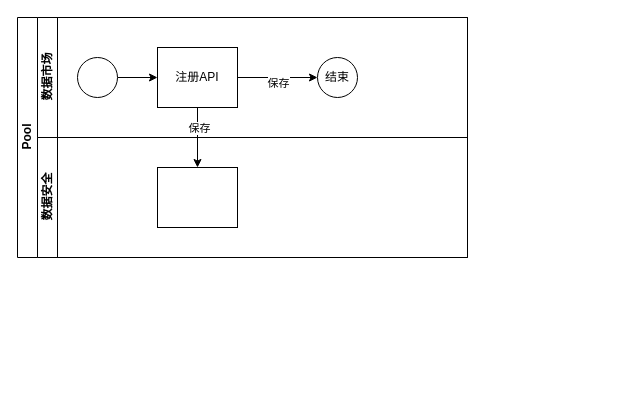
This is 数据安全.drawio from shuairongzeng/360ConsoleApp, a draw.io file, before an edit. Source tidied: cells renumbered, new cells numbered last; positions are measured from the earlier drawing's top-left corner, leaving out a move shared by most shapes. Both pictures are drawn from the tidied source at 100%, with x=0, y=0 at pixel (17, 17).
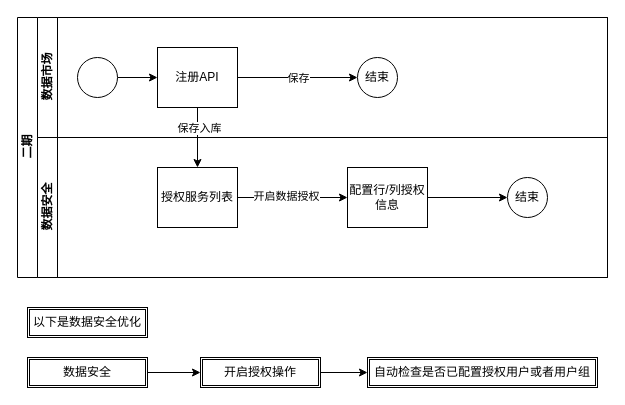
Above is the later version.

Commit message:
更新数据安全.drawio

Unchanged cells that the change refers to:
```xml
<mxCell id="6" style="edgeStyle=orthogonalEdgeStyle;rounded=0;jettySize=auto;html=1;" parent="3" edge="1" source="8" target="9">
  <mxGeometry relative="1" as="geometry" />
</mxCell>
<mxCell id="12" style="edgeStyle=orthogonalEdgeStyle;rounded=0;jettySize=auto;html=1;entryX=0.5;entryY=0;entryDx=0;entryDy=0;" parent="2" edge="1" source="8" target="11">
  <mxGeometry relative="1" as="geometry" />
</mxCell>
```

Diff of the diagram source:
```diff
@@
-    <mxCell id="2" value="Pool" style="swimlane;html=1;horizontal=0;startSize=20;" parent="1" vertex="1">
-      <mxGeometry width="450" height="240" as="geometry" />
+    <mxCell id="2" value="二期" style="swimlane;html=1;horizontal=0;startSize=20;" parent="1" vertex="1">
+      <mxGeometry width="590" height="260" as="geometry" />
     </mxCell>
     <mxCell id="3" value="数据市场" style="swimlane;html=1;startSize=20;horizontal=0;" parent="2" vertex="1">
-      <mxGeometry x="20" width="430" height="120" as="geometry" />
+      <mxGeometry x="20" width="570" height="120" as="geometry" />
     </mxCell>
@@
     <mxCell id="7" value="保存" style="edgeLabel;html=1;align=center;verticalAlign=middle;" parent="6" vertex="1">
-      <mxGeometry y="-5" relative="1" as="geometry" />
+      <mxGeometry relative="1" as="geometry" />
     </mxCell>
@@
     <mxCell id="9" value="结束" style="ellipse;whiteSpace=wrap;html=1;" parent="3" vertex="1">
-      <mxGeometry x="280" y="40" width="40" height="40" as="geometry" />
+      <mxGeometry x="320" y="40" width="40" height="40" as="geometry" />
     </mxCell>
     <mxCell id="10" value="数据安全" style="swimlane;html=1;startSize=20;horizontal=0;" parent="2" vertex="1">
-      <mxGeometry x="20" y="120" width="430" height="120" as="geometry" />
+      <mxGeometry x="20" y="120" width="570" height="140" as="geometry" />
     </mxCell>
+    <mxCell id="14" style="edgeStyle=orthogonalEdgeStyle;rounded=0;jettySize=auto;html=1;entryX=0;entryY=0.5;entryDx=0;entryDy=0;" parent="10" edge="1" source="11" target="17">
+      <mxGeometry relative="1" as="geometry" />
+    </mxCell>
+    <mxCell id="15" value="开启数据授权" style="edgeLabel;html=1;align=center;verticalAlign=middle;" parent="14" vertex="1">
+      <mxGeometry x="-0.12" y="2" relative="1" as="geometry" />
+    </mxCell>
-    <mxCell id="11" style="rounded=0;whiteSpace=wrap;html=1;fontFamily=Helvetica;fontSize=12;fontColor=#000000;align=center;" parent="10" vertex="1">
+    <mxCell id="11" value="授权服务列表" style="rounded=0;whiteSpace=wrap;html=1;fontFamily=Helvetica;fontSize=12;fontColor=#000000;align=center;" parent="10" vertex="1">
       <mxGeometry x="120" y="30" width="80" height="60" as="geometry" />
     </mxCell>
+    <mxCell id="16" style="edgeStyle=orthogonalEdgeStyle;rounded=0;jettySize=auto;html=1;" parent="10" edge="1" source="17" target="18">
+      <mxGeometry relative="1" as="geometry" />
+    </mxCell>
+    <mxCell id="17" value="配置行/列授权信息" style="rounded=0;whiteSpace=wrap;html=1;fontFamily=Helvetica;fontSize=12;fontColor=#000000;align=center;" parent="10" vertex="1">
+      <mxGeometry x="310" y="30" width="80" height="60" as="geometry" />
+    </mxCell>
+    <mxCell id="18" value="结束" style="ellipse;whiteSpace=wrap;html=1;" parent="10" vertex="1">
+      <mxGeometry x="470" y="40" width="40" height="40" as="geometry" />
+    </mxCell>
@@
-    <mxCell id="13" value="保存" style="edgeLabel;html=1;align=center;verticalAlign=middle;" parent="12" vertex="1">
+    <mxCell id="13" value="保存入库" style="edgeLabel;html=1;align=center;verticalAlign=middle;" parent="12" vertex="1">
       <mxGeometry x="-0.33" y="1" relative="1" as="geometry" />
     </mxCell>
+    <mxCell id="19" style="edgeStyle=orthogonalEdgeStyle;rounded=0;jettySize=auto;html=1;entryX=0;entryY=0.5;entryDx=0;entryDy=0;" parent="1" edge="1" source="20" target="22">
+      <mxGeometry relative="1" as="geometry" />
+    </mxCell>
+    <mxCell id="20" value="数据安全" style="shape=ext;double=1;rounded=0;whiteSpace=wrap;html=1;" parent="1" vertex="1">
+      <mxGeometry x="10" y="340" width="120" height="30" as="geometry" />
+    </mxCell>
+    <mxCell id="21" style="edgeStyle=orthogonalEdgeStyle;rounded=0;jettySize=auto;html=1;" parent="1" edge="1" source="22" target="23">
+      <mxGeometry relative="1" as="geometry" />
+    </mxCell>
+    <mxCell id="22" value="开启授权操作" style="shape=ext;double=1;rounded=0;whiteSpace=wrap;html=1;" parent="1" vertex="1">
+      <mxGeometry x="183" y="340" width="120" height="30" as="geometry" />
+    </mxCell>
+    <mxCell id="23" value="自动检查是否已配置授权用户或者用户组" style="shape=ext;double=1;rounded=0;whiteSpace=wrap;html=1;" parent="1" vertex="1">
+      <mxGeometry x="350" y="340" width="230" height="30" as="geometry" />
+    </mxCell>
+    <mxCell id="24" value="以下是数据安全优化" style="shape=ext;double=1;rounded=0;whiteSpace=wrap;html=1;" parent="1" vertex="1">
+      <mxGeometry x="10" y="290" width="120" height="30" as="geometry" />
+    </mxCell>
```
